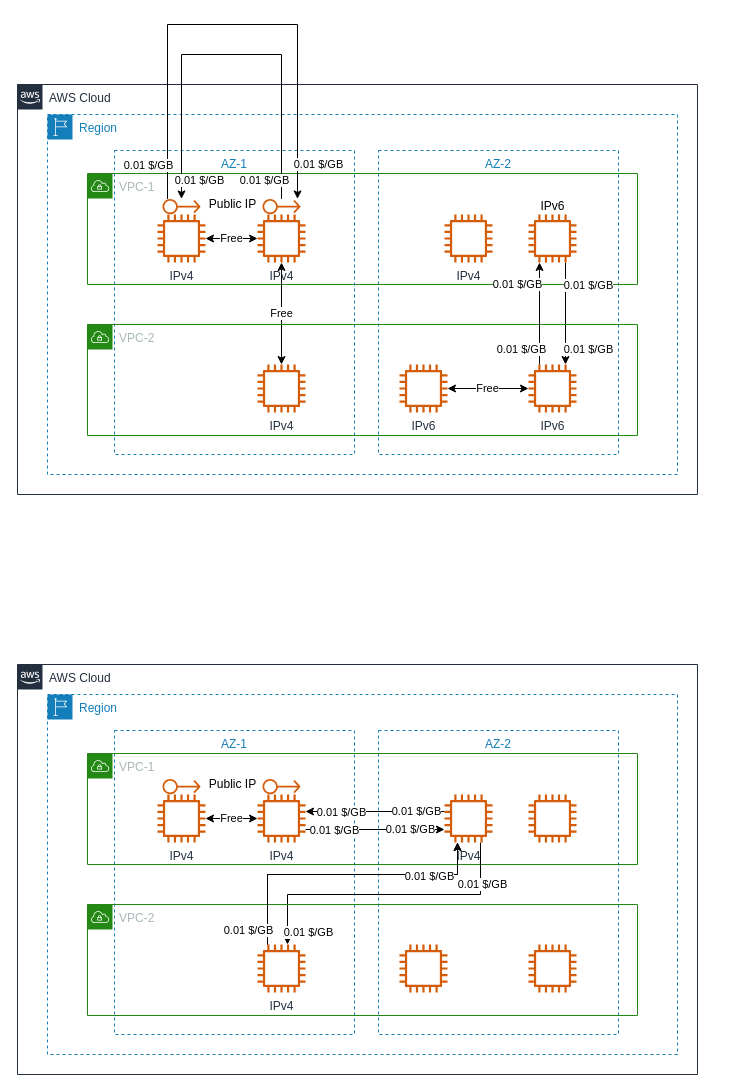
Above: Compute/EC2/draw/04.01-EC2-xAZ.drawio in weiping-bj/Data-Transfer-Cost-on-AWS (draw.io), before the change. Source tidied: cells renumbered, new cells numbered last; positions are measured from the earlier drawing's top-left corner, leaving out a move shared by most shapes. Both pictures are drawn from the tidied source at 100%, with x=0, y=0 at pixel (17, 24).
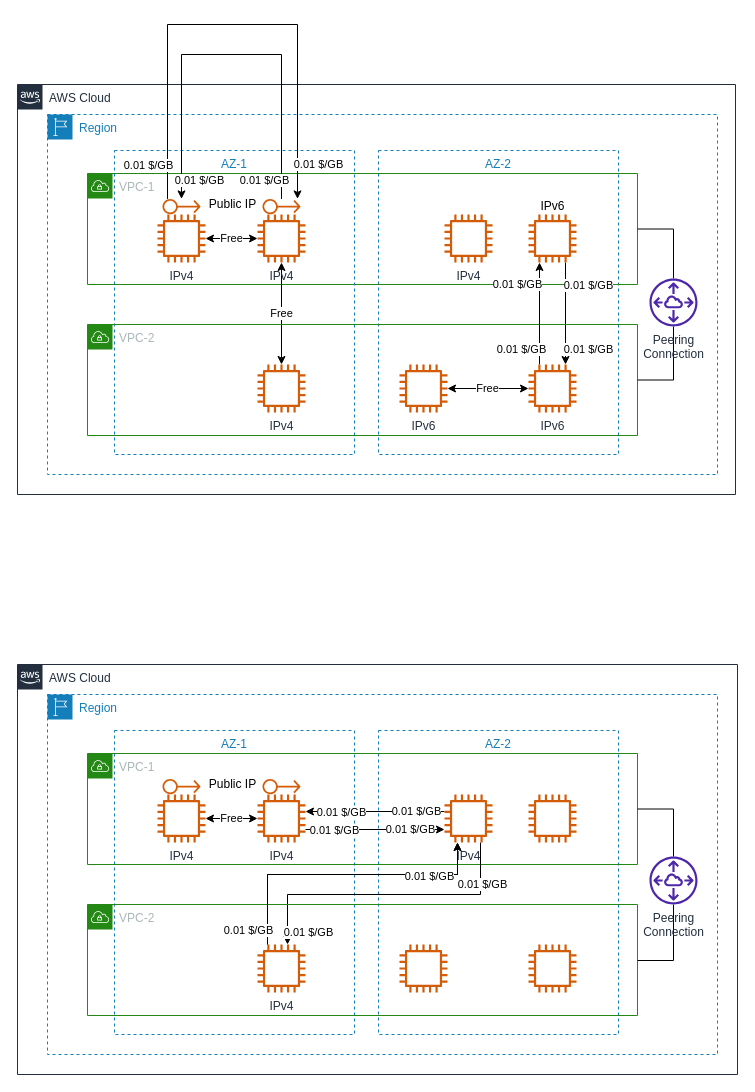
The same page after the edit.

Commit message (it also covers changes not shown here):
add peering ICON

Unchanged cells that the change refers to:
```xml
<mxCell id="7" value="VPC-1" style="points=[[0,0],[0.25,0],[0.5,0],[0.75,0],[1,0],[1,0.25],[1,0.5],[1,0.75],[1,1],[0.75,1],[0.5,1],[0.25,1],[0,1],[0,0.75],[0,0.5],[0,0.25]];outlineConnect=0;gradientColor=none;html=1;whiteSpace=wrap;fontSize=12;fontStyle=0;shape=mxgraph.aws4.group;grIcon=mxgraph.aws4.group_vpc;strokeColor=#248814;fillColor=none;verticalAlign=top;align=left;spacingLeft=30;fontColor=#AAB7B8;dashed=0;" parent="1" vertex="1">
  <mxGeometry x="70" y="149" width="550" height="111" as="geometry" />
</mxCell>
<mxCell id="27" value="VPC-2" style="points=[[0,0],[0.25,0],[0.5,0],[0.75,0],[1,0],[1,0.25],[1,0.5],[1,0.75],[1,1],[0.75,1],[0.5,1],[0.25,1],[0,1],[0,0.75],[0,0.5],[0,0.25]];outlineConnect=0;gradientColor=none;html=1;whiteSpace=wrap;fontSize=12;fontStyle=0;shape=mxgraph.aws4.group;grIcon=mxgraph.aws4.group_vpc;strokeColor=#248814;fillColor=none;verticalAlign=top;align=left;spacingLeft=30;fontColor=#AAB7B8;dashed=0;" parent="1" vertex="1">
  <mxGeometry x="70" y="300" width="550" height="111" as="geometry" />
</mxCell>
<mxCell id="38" value="VPC-1" style="points=[[0,0],[0.25,0],[0.5,0],[0.75,0],[1,0],[1,0.25],[1,0.5],[1,0.75],[1,1],[0.75,1],[0.5,1],[0.25,1],[0,1],[0,0.75],[0,0.5],[0,0.25]];outlineConnect=0;gradientColor=none;html=1;whiteSpace=wrap;fontSize=12;fontStyle=0;shape=mxgraph.aws4.group;grIcon=mxgraph.aws4.group_vpc;strokeColor=#248814;fillColor=none;verticalAlign=top;align=left;spacingLeft=30;fontColor=#AAB7B8;dashed=0;" parent="1" vertex="1">
  <mxGeometry x="70" y="729" width="550" height="111" as="geometry" />
</mxCell>
<mxCell id="54" value="VPC-2" style="points=[[0,0],[0.25,0],[0.5,0],[0.75,0],[1,0],[1,0.25],[1,0.5],[1,0.75],[1,1],[0.75,1],[0.5,1],[0.25,1],[0,1],[0,0.75],[0,0.5],[0,0.25]];outlineConnect=0;gradientColor=none;html=1;whiteSpace=wrap;fontSize=12;fontStyle=0;shape=mxgraph.aws4.group;grIcon=mxgraph.aws4.group_vpc;strokeColor=#248814;fillColor=none;verticalAlign=top;align=left;spacingLeft=30;fontColor=#AAB7B8;dashed=0;" parent="1" vertex="1">
  <mxGeometry x="70" y="880" width="550" height="111" as="geometry" />
</mxCell>
```

The edit, as a diff of the source:
```diff
@@
     <mxCell id="3" value="AWS Cloud" style="gradientColor=none;html=1;whiteSpace=wrap;fontSize=12;fontStyle=0;shape=mxgraph.aws4.group;grIcon=mxgraph.aws4.group_aws_cloud_alt;strokeColor=#232F3E;fillColor=none;verticalAlign=top;align=left;spacingLeft=30;fontColor=#232F3E;dashed=0;" parent="1" vertex="1">
-      <mxGeometry y="60" width="680" height="410" as="geometry" />
+      <mxGeometry y="60" width="718" height="410" as="geometry" />
     </mxCell>
     <mxCell id="4" value="Region" style="gradientColor=none;html=1;whiteSpace=wrap;fontSize=12;fontStyle=0;shape=mxgraph.aws4.group;grIcon=mxgraph.aws4.group_region;strokeColor=#147EBA;fillColor=none;verticalAlign=top;align=left;spacingLeft=30;fontColor=#147EBA;dashed=1;" parent="1" vertex="1">
-      <mxGeometry x="30" y="90" width="630" height="360" as="geometry" />
+      <mxGeometry x="30" y="90" width="670" height="360" as="geometry" />
     </mxCell>
-    <mxCell id="5" value="IPv4" style="sketch=0;outlineConnect=0;fontColor=#232F3E;gradientColor=none;fillColor=#D45B07;strokeColor=none;dashed=0;verticalLabelPosition=bottom;verticalAlign=top;align=center;html=1;fontSize=12;fontStyle=0;shape=mxgraph.aws4.instance2;" parent="4" vertex="1">
-      <mxGeometry x="210" y="250" width="48" height="48" as="geometry" />
-    </mxCell>
@@
     <mxCell id="34" value="AWS Cloud" style="gradientColor=none;html=1;whiteSpace=wrap;fontSize=12;fontStyle=0;shape=mxgraph.aws4.group;grIcon=mxgraph.aws4.group_aws_cloud_alt;strokeColor=#232F3E;fillColor=none;verticalAlign=top;align=left;spacingLeft=30;fontColor=#232F3E;dashed=0;" parent="1" vertex="1">
-      <mxGeometry y="640" width="680" height="410" as="geometry" />
+      <mxGeometry y="640" width="720" height="410" as="geometry" />
     </mxCell>
     <mxCell id="35" value="Region" style="gradientColor=none;html=1;whiteSpace=wrap;fontSize=12;fontStyle=0;shape=mxgraph.aws4.group;grIcon=mxgraph.aws4.group_region;strokeColor=#147EBA;fillColor=none;verticalAlign=top;align=left;spacingLeft=30;fontColor=#147EBA;dashed=1;" parent="1" vertex="1">
-      <mxGeometry x="30" y="670" width="630" height="360" as="geometry" />
+      <mxGeometry x="30" y="670" width="670" height="360" as="geometry" />
     </mxCell>
-    <mxCell id="36" value="IPv4" style="sketch=0;outlineConnect=0;fontColor=#232F3E;gradientColor=none;fillColor=#D45B07;strokeColor=none;dashed=0;verticalLabelPosition=bottom;verticalAlign=top;align=center;html=1;fontSize=12;fontStyle=0;shape=mxgraph.aws4.instance2;" parent="35" vertex="1">
-      <mxGeometry x="210" y="250" width="48" height="48" as="geometry" />
-    </mxCell>
@@
+    <mxCell id="5" value="IPv4" style="sketch=0;outlineConnect=0;fontColor=#232F3E;gradientColor=none;fillColor=#D45B07;strokeColor=none;dashed=0;verticalLabelPosition=bottom;verticalAlign=top;align=center;html=1;fontSize=12;fontStyle=0;shape=mxgraph.aws4.instance2;" parent="1" vertex="1">
+      <mxGeometry x="240" y="340" width="48" height="48" as="geometry" />
+    </mxCell>
+    <mxCell id="62" style="edgeStyle=orthogonalEdgeStyle;rounded=0;jettySize=auto;html=1;entryX=1;entryY=0.5;entryDx=0;entryDy=0;endArrow=none;endFill=0;" parent="1" edge="1" source="64" target="7">
+      <mxGeometry relative="1" as="geometry">
+        <Array as="points">
+          <mxPoint x="656" y="205" />
+        </Array>
+      </mxGeometry>
+    </mxCell>
+    <mxCell id="63" style="edgeStyle=orthogonalEdgeStyle;rounded=0;jettySize=auto;html=1;entryX=1;entryY=0.5;entryDx=0;entryDy=0;endArrow=none;endFill=0;" parent="1" edge="1" source="64" target="27">
+      <mxGeometry relative="1" as="geometry">
+        <Array as="points">
+          <mxPoint x="656" y="356" />
+        </Array>
+      </mxGeometry>
+    </mxCell>
+    <mxCell id="64" value="Peering&lt;br&gt;Connection" style="sketch=0;outlineConnect=0;fontColor=#232F3E;gradientColor=none;fillColor=#4D27AA;strokeColor=none;dashed=0;verticalLabelPosition=bottom;verticalAlign=top;align=center;html=1;fontSize=12;fontStyle=0;shape=mxgraph.aws4.peering;" parent="1" vertex="1">
+      <mxGeometry x="632" y="254" width="48" height="48" as="geometry" />
+    </mxCell>
+    <mxCell id="36" value="IPv4" style="sketch=0;outlineConnect=0;fontColor=#232F3E;gradientColor=none;fillColor=#D45B07;strokeColor=none;dashed=0;verticalLabelPosition=bottom;verticalAlign=top;align=center;html=1;fontSize=12;fontStyle=0;shape=mxgraph.aws4.instance2;" parent="1" vertex="1">
+      <mxGeometry x="240" y="920" width="48" height="48" as="geometry" />
+    </mxCell>
+    <mxCell id="65" style="edgeStyle=orthogonalEdgeStyle;rounded=0;jettySize=auto;html=1;entryX=1;entryY=0.5;entryDx=0;entryDy=0;endArrow=none;endFill=0;" parent="1" edge="1" source="67" target="38">
+      <mxGeometry relative="1" as="geometry">
+        <Array as="points">
+          <mxPoint x="656" y="785" />
+        </Array>
+      </mxGeometry>
+    </mxCell>
+    <mxCell id="66" style="edgeStyle=orthogonalEdgeStyle;rounded=0;jettySize=auto;html=1;endArrow=none;endFill=0;" parent="1" edge="1" source="67" target="54">
+      <mxGeometry relative="1" as="geometry">
+        <Array as="points">
+          <mxPoint x="656" y="936" />
+        </Array>
+      </mxGeometry>
+    </mxCell>
+    <mxCell id="67" value="Peering&lt;br&gt;Connection" style="sketch=0;outlineConnect=0;fontColor=#232F3E;gradientColor=none;fillColor=#4D27AA;strokeColor=none;dashed=0;verticalLabelPosition=bottom;verticalAlign=top;align=center;html=1;fontSize=12;fontStyle=0;shape=mxgraph.aws4.peering;" parent="1" vertex="1">
+      <mxGeometry x="632" y="832" width="48" height="48" as="geometry" />
+    </mxCell>
```
